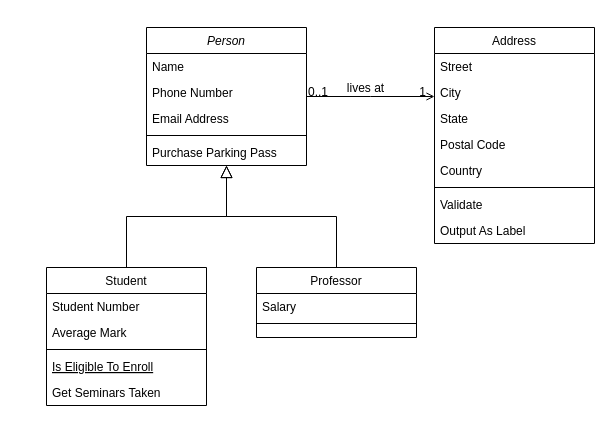
Before: src/main/webapp/ToDoList.drawio in hibikith/todolist, a draw.io diagram. Source tidied: cells renumbered, new cells numbered last; positions are measured from the earlier drawing's top-left corner, leaving out a move shared by most shapes. Both pictures are drawn from the tidied source at 100%, with x=0, y=0 at pixel (46, 27).
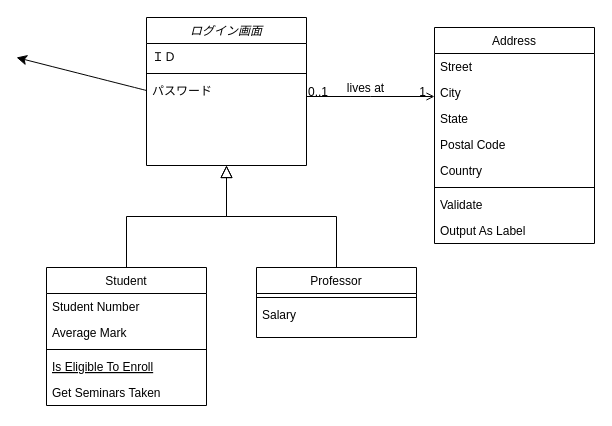
After the change.

Commit message:
ToDoList.drawio を更新します

Unchanged cells that the change refers to:
```xml
<mxCell id="15" value="Professor" style="swimlane;fontStyle=0;align=center;verticalAlign=top;horizontal=1;startSize=26;rounded=0;shadow=0;strokeWidth=1;" parent="1" vertex="1">
  <mxGeometry x="210" y="240" width="160" height="70" as="geometry" />
</mxCell>
```

The edit, as a diff of the source:
```diff
@@
-    <mxCell id="2" value="Person" style="swimlane;fontStyle=2;align=center;verticalAlign=top;horizontal=1;startSize=26;rounded=0;shadow=0;strokeWidth=1;" parent="1" vertex="1">
-      <mxGeometry x="100" width="160" height="138" as="geometry" />
+    <mxCell id="2" value="ログイン画面&#10;" style="swimlane;fontStyle=2;align=center;verticalAlign=top;horizontal=1;startSize=26;rounded=0;shadow=0;strokeWidth=1;" parent="1" vertex="1">
+      <mxGeometry x="100" y="-10" width="160" height="148" as="geometry" />
     </mxCell>
-    <mxCell id="3" value="Name" style="text;align=left;verticalAlign=top;spacingLeft=4;spacingRight=4;overflow=hidden;" parent="2" vertex="1">
+    <mxCell id="3" value="ＩＤ" style="text;align=left;verticalAlign=top;spacingLeft=4;spacingRight=4;overflow=hidden;" parent="2" vertex="1">
       <mxGeometry y="26" width="160" height="26" as="geometry" />
     </mxCell>
+    <mxCell id="6" style="line;html=1;strokeWidth=1;align=left;verticalAlign=middle;spacingTop=-1;spacingLeft=3;spacingRight=3;labelPosition=right;" parent="2" vertex="1">
+      <mxGeometry y="52" width="160" height="8" as="geometry" />
+    </mxCell>
+    <mxCell id="32" style="edgeStyle=none;curved=1;rounded=0;jettySize=auto;html=1;exitX=0;exitY=0.5;exitDx=0;exitDy=0;fontSize=12;startSize=8;endSize=8;" parent="2" edge="1" source="4">
+      <mxGeometry relative="1" as="geometry">
+        <mxPoint x="-130" y="40" as="targetPoint" />
+      </mxGeometry>
+    </mxCell>
-    <mxCell id="4" value="Phone Number" style="text;align=left;verticalAlign=top;spacingLeft=4;spacingRight=4;overflow=hidden;points=[[0,0.5],[1,0.5]];portConstraint=eastwest;rounded=0;shadow=0;html=0;" parent="2" vertex="1">
-      <mxGeometry y="52" width="160" height="26" as="geometry" />
+    <mxCell id="4" value="パスワード" style="text;align=left;verticalAlign=top;spacingLeft=4;spacingRight=4;overflow=hidden;points=[[0,0.5],[1,0.5]];portConstraint=eastwest;rounded=0;shadow=0;html=0;" parent="2" vertex="1">
+      <mxGeometry y="60" width="160" height="26" as="geometry" />
     </mxCell>
-    <mxCell id="5" value="Email Address" style="text;align=left;verticalAlign=top;spacingLeft=4;spacingRight=4;overflow=hidden;rounded=0;shadow=0;html=0;" parent="2" vertex="1">
-      <mxGeometry y="78" width="160" height="26" as="geometry" />
-    </mxCell>
-    <mxCell id="6" style="line;html=1;strokeWidth=1;align=left;verticalAlign=middle;spacingTop=-1;spacingLeft=3;spacingRight=3;labelPosition=right;" parent="2" vertex="1">
-      <mxGeometry y="104" width="160" height="8" as="geometry" />
-    </mxCell>
-    <mxCell id="7" value="Purchase Parking Pass" style="text;align=left;verticalAlign=top;spacingLeft=4;spacingRight=4;overflow=hidden;" parent="2" vertex="1">
-      <mxGeometry y="112" width="160" height="26" as="geometry" />
-    </mxCell>
@@
+    <mxCell id="17" style="line;html=1;strokeWidth=1;align=left;verticalAlign=middle;spacingTop=-1;spacingLeft=3;spacingRight=3;labelPosition=right;" parent="15" vertex="1">
+      <mxGeometry y="26" width="160" height="8" as="geometry" />
+    </mxCell>
     <mxCell id="16" value="Salary" style="text;align=left;verticalAlign=top;spacingLeft=4;spacingRight=4;overflow=hidden;" parent="15" vertex="1">
-      <mxGeometry y="26" width="160" height="26" as="geometry" />
+      <mxGeometry y="34" width="160" height="26" as="geometry" />
     </mxCell>
-    <mxCell id="17" style="line;html=1;strokeWidth=1;align=left;verticalAlign=middle;spacingTop=-1;spacingLeft=3;spacingRight=3;labelPosition=right;" parent="15" vertex="1">
-      <mxGeometry y="52" width="160" height="8" as="geometry" />
-    </mxCell>
```
